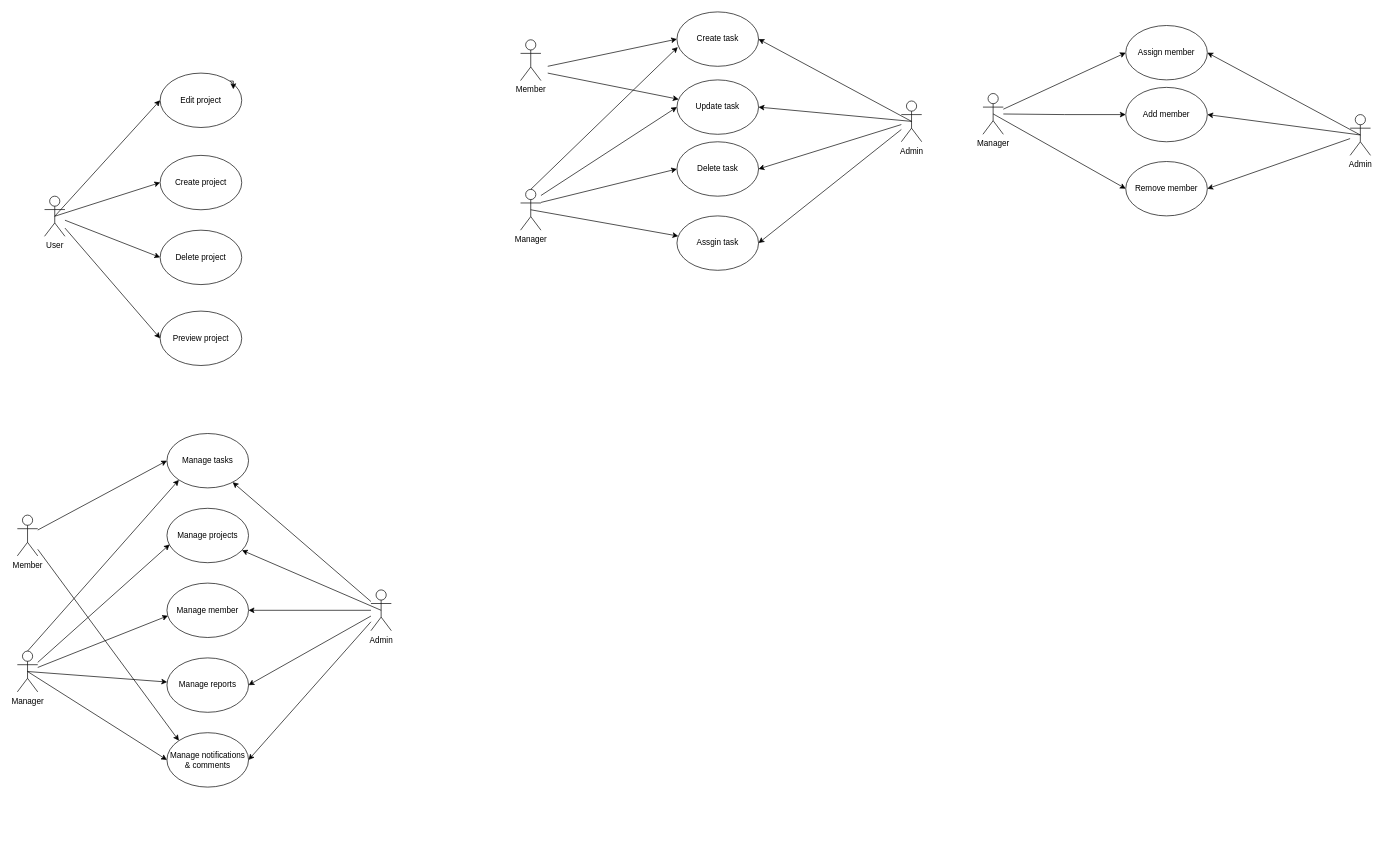
nguyen2f/UNIWork keeps this draw.io diagram as Usecase.drawio. Above is the earlier version. Source tidied: cells renumbered, new cells numbered last; positions are measured from the earlier drawing's top-left corner, leaving out a move shared by most shapes. Both pictures are drawn from the tidied source at 68%, with x=0, y=0 at pixel (17, 12).
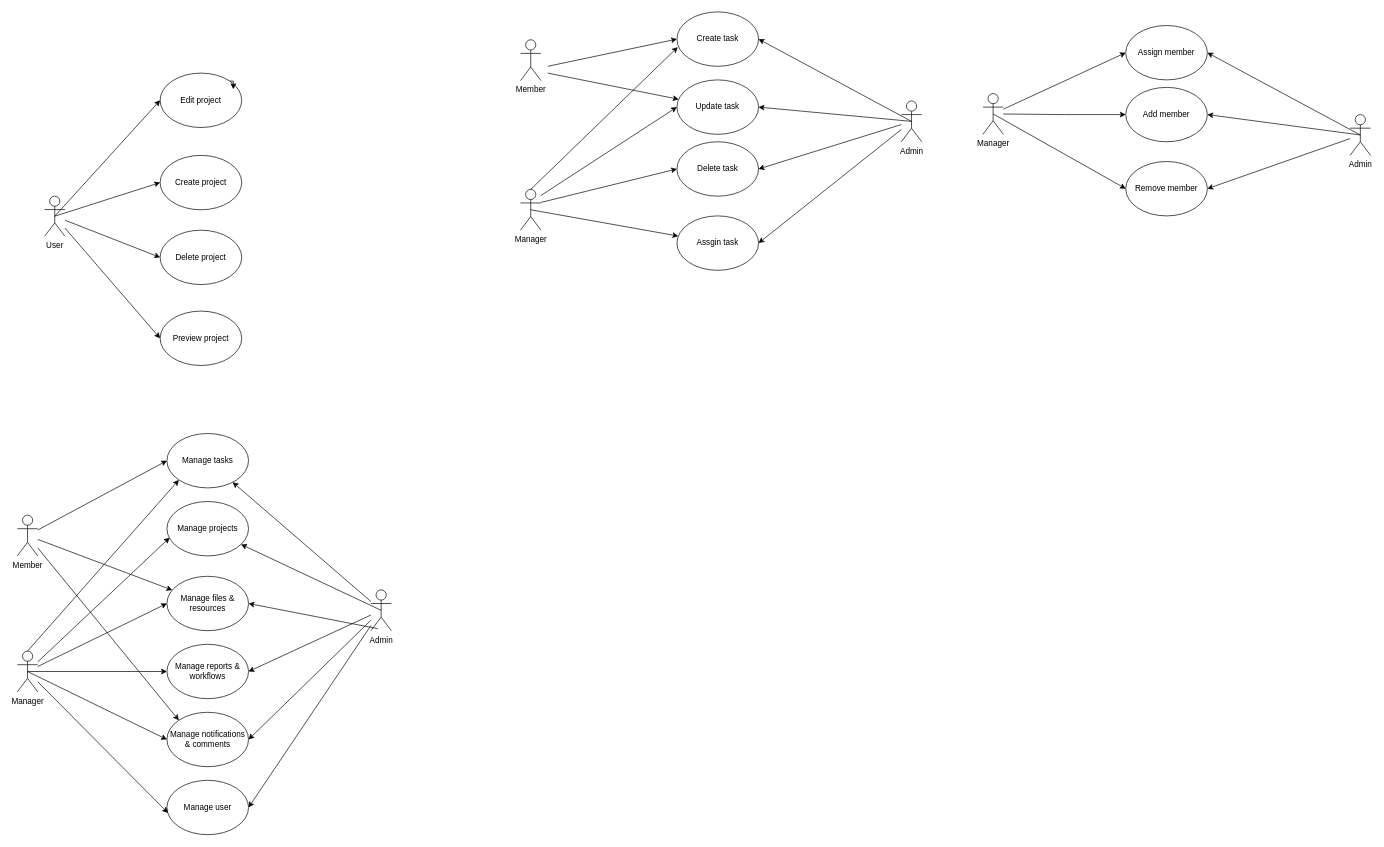
Above is the later version.

The change refers to these unchanged cells:
```xml
<mxCell id="39" value="Member" style="shape=umlActor;verticalLabelPosition=bottom;verticalAlign=top;html=1;outlineConnect=0;" parent="1" vertex="1">
  <mxGeometry y="740" width="30" height="60" as="geometry" />
</mxCell>
<mxCell id="40" value="Manager" style="shape=umlActor;verticalLabelPosition=bottom;verticalAlign=top;html=1;outlineConnect=0;" parent="1" vertex="1">
  <mxGeometry y="940" width="30" height="60" as="geometry" />
</mxCell>
```

The edit, as a diff of the source:
```diff
@@
     <mxCell id="42" value="Manage projects" style="ellipse;whiteSpace=wrap;html=1;" parent="1" vertex="1">
-      <mxGeometry x="220" y="730" width="120" height="80" as="geometry" />
+      <mxGeometry x="220" y="720" width="120" height="80" as="geometry" />
     </mxCell>
@@
-    <mxCell id="44" value="Manage member" style="ellipse;whiteSpace=wrap;html=1;" parent="1" vertex="1">
-      <mxGeometry x="220" y="840" width="120" height="80" as="geometry" />
+    <mxCell id="44" value="Manage user" style="ellipse;whiteSpace=wrap;html=1;" parent="1" vertex="1">
+      <mxGeometry x="220" y="1130" width="120" height="80" as="geometry" />
     </mxCell>
-    <mxCell id="45" value="Manage reports" style="ellipse;whiteSpace=wrap;html=1;" parent="1" vertex="1">
-      <mxGeometry x="220" y="950" width="120" height="80" as="geometry" />
+    <mxCell id="45" value="Manage reports &amp;amp; workflows" style="ellipse;whiteSpace=wrap;html=1;" parent="1" vertex="1">
+      <mxGeometry x="220" y="930" width="120" height="80" as="geometry" />
     </mxCell>
     <mxCell id="46" value="Manage notifications &amp;amp; comments" style="ellipse;whiteSpace=wrap;html=1;" parent="1" vertex="1">
-      <mxGeometry x="220" y="1060" width="120" height="80" as="geometry" />
+      <mxGeometry x="220" y="1030" width="120" height="80" as="geometry" />
     </mxCell>
@@
+    <mxCell id="60" value="Manage files &amp;amp; resources" style="ellipse;whiteSpace=wrap;html=1;" parent="1" vertex="1">
+      <mxGeometry x="220" y="830" width="120" height="80" as="geometry" />
+    </mxCell>
+    <mxCell id="61" style="endArrow=classic;html=1;rounded=0;entryX=1;entryY=0.5;entryDx=0;entryDy=0;" parent="1" edge="1" target="60">
+      <mxGeometry relative="1" as="geometry">
+        <mxPoint x="530" y="907" as="sourcePoint" />
+      </mxGeometry>
+    </mxCell>
+    <mxCell id="62" style="endArrow=classic;html=1;rounded=0;entryX=0;entryY=0.5;entryDx=0;entryDy=0;" parent="1" edge="1" source="40" target="60">
+      <mxGeometry relative="1" as="geometry" />
+    </mxCell>
+    <mxCell id="63" style="endArrow=classic;html=1;rounded=0;" parent="1" edge="1" source="39" target="60">
+      <mxGeometry relative="1" as="geometry" />
+    </mxCell>
```
